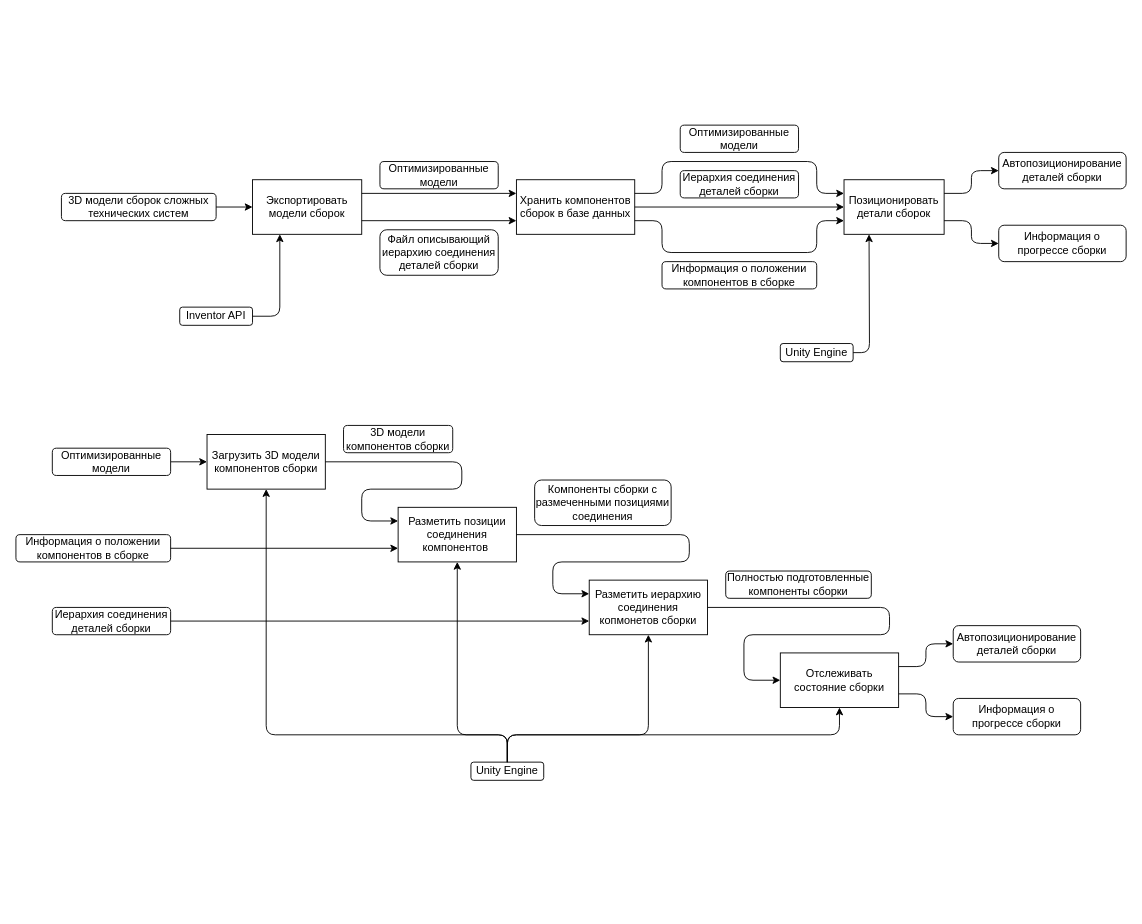
Ambashadur/Construct keeps this draw.io diagram as Diagrams/IDEF0.drawio. Above is the earlier version. Source tidied: cells renumbered, new cells numbered last; positions are measured from the earlier drawing's top-left corner, leaving out a move shared by most shapes. Both pictures are drawn from the tidied source at 91%, with x=0, y=0 at pixel (15, 125).
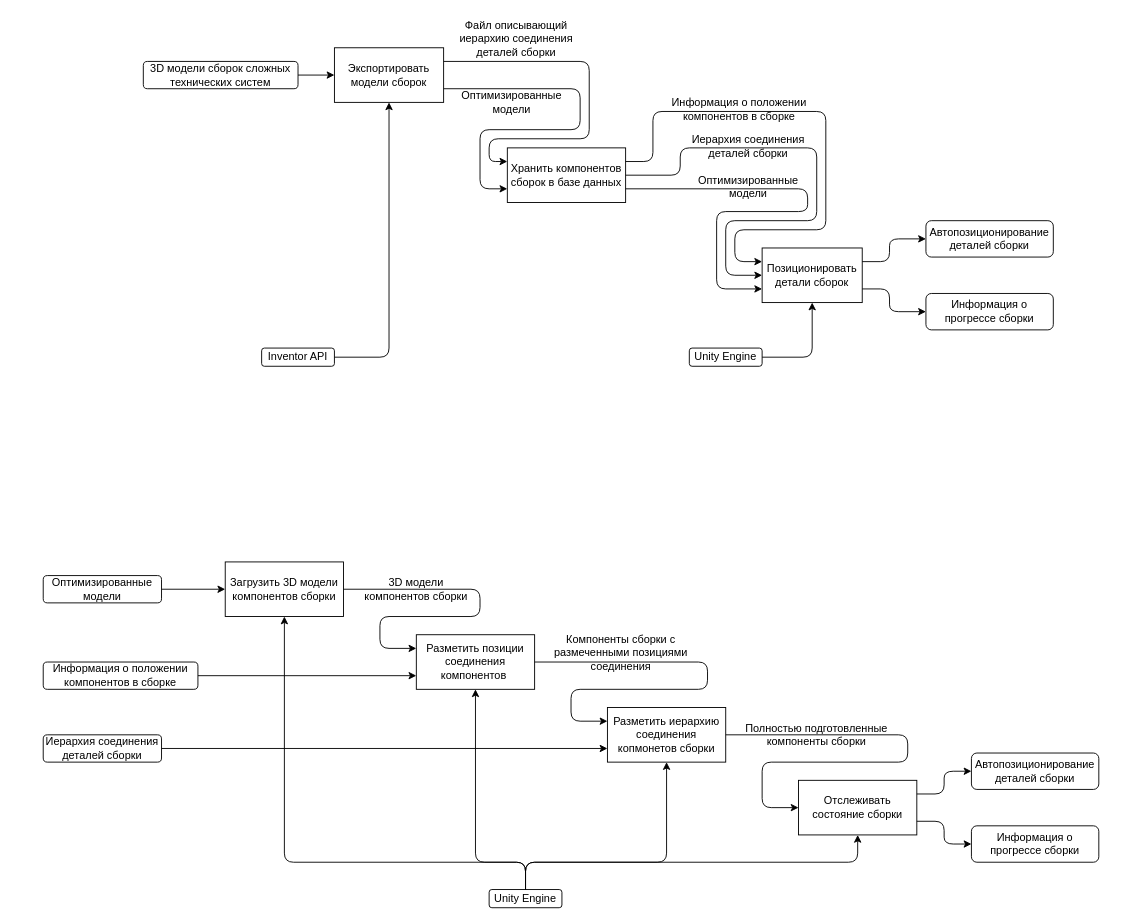
The same diagram, later.

The edit, as a diff of the source:
```diff
@@
     <mxCell id="2" value="Экспортировать модели сборок" style="rounded=0;whiteSpace=wrap;html=1;" parent="1" vertex="1">
-      <mxGeometry x="260" y="60" width="120" height="60" as="geometry" />
+      <mxGeometry x="350" y="-85" width="120" height="60" as="geometry" />
     </mxCell>
     <mxCell id="3" value="Хранить компонентов сборок в базе данных" style="rounded=0;whiteSpace=wrap;html=1;" parent="1" vertex="1">
-      <mxGeometry x="550" y="60" width="130" height="60" as="geometry" />
+      <mxGeometry x="540" y="25" width="130" height="60" as="geometry" />
     </mxCell>
     <mxCell id="4" value="Позиционировать детали сборок" style="rounded=0;whiteSpace=wrap;html=1;" parent="1" vertex="1">
-      <mxGeometry x="910" y="60" width="110" height="60" as="geometry" />
+      <mxGeometry x="820" y="135" width="110" height="60" as="geometry" />
     </mxCell>
     <mxCell id="5" value="3D модели сборок сложных технических систем" style="rounded=1;whiteSpace=wrap;html=1;" parent="1" vertex="1">
-      <mxGeometry x="50" y="75" width="170" height="30" as="geometry" />
+      <mxGeometry x="140" y="-70" width="170" height="30" as="geometry" />
     </mxCell>
@@
     <mxCell id="7" style="endArrow=classic;html=1;rounded=1;exitX=1;exitY=0.25;exitDx=0;exitDy=0;entryX=0;entryY=0.25;entryDx=0;entryDy=0;" parent="1" edge="1" source="2" target="3">
-      <mxGeometry relative="1" as="geometry" />
+      <mxGeometry relative="1" as="geometry">
+        <Array as="points">
+          <mxPoint x="630" y="-70" />
+          <mxPoint x="630" y="15" />
+          <mxPoint x="520" y="15" />
+          <mxPoint x="520" y="40" />
+        </Array>
+      </mxGeometry>
     </mxCell>
-    <mxCell id="8" value="Оптимизированные модели" style="rounded=1;whiteSpace=wrap;html=1;" parent="1" vertex="1">
-      <mxGeometry x="400" y="40" width="130" height="30" as="geometry" />
+    <mxCell id="8" value="Оптимизированные модели" style="rounded=1;whiteSpace=wrap;html=1;fillStyle=auto;fillColor=none;strokeColor=none;" parent="1" vertex="1">
+      <mxGeometry x="480" y="-40" width="130" height="30" as="geometry" />
     </mxCell>
     <mxCell id="9" style="endArrow=classic;html=1;rounded=1;exitX=1;exitY=0.75;exitDx=0;exitDy=0;entryX=0;entryY=0.75;entryDx=0;entryDy=0;" parent="1" edge="1" source="2" target="3">
-      <mxGeometry relative="1" as="geometry" />
+      <mxGeometry relative="1" as="geometry">
+        <Array as="points">
+          <mxPoint x="620" y="-40" />
+          <mxPoint x="620" y="5" />
+          <mxPoint x="510" y="5" />
+          <mxPoint x="510" y="70" />
+        </Array>
+      </mxGeometry>
     </mxCell>
-    <mxCell id="10" value="Файл описывающий иерархию соединения деталей сборки" style="rounded=1;whiteSpace=wrap;html=1;" parent="1" vertex="1">
-      <mxGeometry x="400" y="115" width="130" height="50" as="geometry" />
+    <mxCell id="10" value="Файл описывающий иерархию соединения деталей сборки" style="rounded=1;whiteSpace=wrap;html=1;fillStyle=auto;fillColor=none;strokeColor=none;" parent="1" vertex="1">
+      <mxGeometry x="480" y="-120" width="140" height="50" as="geometry" />
     </mxCell>
     <mxCell id="11" style="endArrow=classic;html=1;rounded=1;exitX=1;exitY=0.25;exitDx=0;exitDy=0;entryX=0;entryY=0.25;entryDx=0;entryDy=0;" parent="1" edge="1" source="3" target="4">
       <mxGeometry relative="1" as="geometry">
         <Array as="points">
-          <mxPoint x="710" y="75" />
-          <mxPoint x="710" y="40" />
-          <mxPoint x="880" y="40" />
-          <mxPoint x="880" y="75" />
+          <mxPoint x="700" y="40" />
+          <mxPoint x="700" y="-15" />
+          <mxPoint x="890" y="-15" />
+          <mxPoint x="890" y="115" />
+          <mxPoint x="790" y="115" />
+          <mxPoint x="790" y="150" />
         </Array>
       </mxGeometry>
     </mxCell>
-    <mxCell id="12" value="Оптимизированные модели" style="rounded=1;whiteSpace=wrap;html=1;" parent="1" vertex="1">
-      <mxGeometry x="730" width="130" height="30" as="geometry" />
+    <mxCell id="12" value="Оптимизированные модели" style="rounded=1;whiteSpace=wrap;html=1;strokeColor=none;fillColor=none;" parent="1" vertex="1">
+      <mxGeometry x="740" y="55" width="130" height="25" as="geometry" />
     </mxCell>
     <mxCell id="13" style="endArrow=classic;html=1;rounded=1;exitX=1;exitY=0.5;exitDx=0;exitDy=0;entryX=0;entryY=0.5;entryDx=0;entryDy=0;" parent="1" edge="1" source="3" target="4">
-      <mxGeometry relative="1" as="geometry" />
+      <mxGeometry relative="1" as="geometry">
+        <Array as="points">
+          <mxPoint x="730" y="55" />
+          <mxPoint x="730" y="25" />
+          <mxPoint x="880" y="25" />
+          <mxPoint x="880" y="105" />
+          <mxPoint x="780" y="105" />
+          <mxPoint x="780" y="165" />
+        </Array>
+      </mxGeometry>
     </mxCell>
-    <mxCell id="14" value="Иерархия соединения деталей сборки" style="rounded=1;whiteSpace=wrap;html=1;" parent="1" vertex="1">
-      <mxGeometry x="730" y="50" width="130" height="30" as="geometry" />
+    <mxCell id="14" value="Иерархия соединения деталей сборки" style="rounded=1;whiteSpace=wrap;html=1;strokeColor=none;fillColor=none;" parent="1" vertex="1">
+      <mxGeometry x="740" y="5" width="130" height="35" as="geometry" />
     </mxCell>
-    <mxCell id="15" style="endArrow=classic;html=1;rounded=1;exitX=1;exitY=0.25;exitDx=0;exitDy=0;entryX=0;entryY=0.5;entryDx=0;entryDy=0;" parent="1" edge="1" source="4" target="16">
+    <mxCell id="15" style="endArrow=classic;html=1;rounded=1;entryX=0;entryY=0.5;entryDx=0;entryDy=0;exitX=1;exitY=0.25;exitDx=0;exitDy=0;" parent="1" edge="1" source="4" target="16">
       <mxGeometry relative="1" as="geometry">
         <Array as="points">
-          <mxPoint x="1050" y="75" />
-          <mxPoint x="1050" y="50" />
+          <mxPoint x="960" y="150" />
+          <mxPoint x="960" y="125" />
         </Array>
       </mxGeometry>
     </mxCell>
-    <mxCell id="16" value="Автопозиционирование деталей сборки" style="rounded=1;whiteSpace=wrap;html=1;" parent="1" vertex="1">
-      <mxGeometry x="1080" y="30" width="140" height="40" as="geometry" />
+    <mxCell id="16" value="Автопозиционирование деталей сборки" style="rounded=1;whiteSpace=wrap;html=1;strokeColor=default;fillColor=default;" parent="1" vertex="1">
+      <mxGeometry x="1000" y="105" width="140" height="40" as="geometry" />
     </mxCell>
-    <mxCell id="17" value="Информация о прогрессе сборки" style="rounded=1;whiteSpace=wrap;html=1;" parent="1" vertex="1">
-      <mxGeometry x="1080" y="110" width="140" height="40" as="geometry" />
+    <mxCell id="17" value="Информация о прогрессе сборки" style="rounded=1;whiteSpace=wrap;html=1;strokeColor=default;fillColor=default;" parent="1" vertex="1">
+      <mxGeometry x="1000" y="185" width="140" height="40" as="geometry" />
     </mxCell>
-    <mxCell id="18" style="endArrow=classic;html=1;rounded=1;exitX=1;exitY=0.75;exitDx=0;exitDy=0;entryX=0;entryY=0.5;entryDx=0;entryDy=0;" parent="1" edge="1" source="4" target="17">
+    <mxCell id="18" style="endArrow=classic;html=1;rounded=1;entryX=0;entryY=0.5;entryDx=0;entryDy=0;exitX=1;exitY=0.75;exitDx=0;exitDy=0;" parent="1" edge="1" source="4" target="17">
       <mxGeometry relative="1" as="geometry">
         <Array as="points">
-          <mxPoint x="1050" y="105" />
-          <mxPoint x="1050" y="130" />
+          <mxPoint x="960" y="180" />
+          <mxPoint x="960" y="205" />
         </Array>
       </mxGeometry>
     </mxCell>
     <mxCell id="19" value="Inventor API" style="rounded=1;whiteSpace=wrap;html=1;" parent="1" vertex="1">
-      <mxGeometry x="180" y="200" width="80" height="20" as="geometry" />
+      <mxGeometry x="270" y="245" width="80" height="20" as="geometry" />
     </mxCell>
-    <mxCell id="20" style="endArrow=classic;html=1;rounded=1;exitX=1;exitY=0.5;exitDx=0;exitDy=0;entryX=0.25;entryY=1;entryDx=0;entryDy=0;" parent="1" edge="1" source="19" target="2">
+    <mxCell id="20" style="endArrow=classic;html=1;rounded=1;exitX=1;exitY=0.5;exitDx=0;exitDy=0;entryX=0.5;entryY=1;entryDx=0;entryDy=0;" parent="1" edge="1" source="19" target="2">
       <mxGeometry relative="1" as="geometry">
         <Array as="points">
-          <mxPoint x="290" y="210" />
+          <mxPoint x="410" y="255" />
         </Array>
       </mxGeometry>
     </mxCell>
     <mxCell id="21" value="Unity Engine" style="rounded=1;whiteSpace=wrap;html=1;" parent="1" vertex="1">
-      <mxGeometry x="840" y="240" width="80" height="20" as="geometry" />
+      <mxGeometry x="740" y="245" width="80" height="20" as="geometry" />
     </mxCell>
-    <mxCell id="22" style="endArrow=classic;html=1;rounded=1;exitX=1;exitY=0.5;exitDx=0;exitDy=0;entryX=0.25;entryY=1;entryDx=0;entryDy=0;" parent="1" edge="1" source="21" target="4">
+    <mxCell id="22" style="endArrow=classic;html=1;rounded=1;exitX=1;exitY=0.5;exitDx=0;exitDy=0;entryX=0.5;entryY=1;entryDx=0;entryDy=0;" parent="1" edge="1" source="21" target="4">
       <mxGeometry relative="1" as="geometry">
         <Array as="points">
-          <mxPoint x="938" y="250" />
+          <mxPoint x="875" y="255" />
         </Array>
       </mxGeometry>
     </mxCell>
     <mxCell id="23" value="Загрузить 3D модели компонентов сборки" style="rounded=0;whiteSpace=wrap;html=1;" parent="1" vertex="1">
-      <mxGeometry x="210" y="340" width="130" height="60" as="geometry" />
+      <mxGeometry x="230" y="480" width="130" height="60" as="geometry" />
     </mxCell>
     <mxCell id="24" value="Разметить иерархию соединения копмонетов сборки" style="whiteSpace=wrap;html=1;" parent="1" vertex="1">
-      <mxGeometry x="630" y="500" width="130" height="60" as="geometry" />
+      <mxGeometry x="650" y="640" width="130" height="60" as="geometry" />
     </mxCell>
     <mxCell id="25" value="Разметить позиции соединения компонентов&amp;nbsp;" style="whiteSpace=wrap;html=1;" parent="1" vertex="1">
-      <mxGeometry x="420" y="420" width="130" height="60" as="geometry" />
+      <mxGeometry x="440" y="560" width="130" height="60" as="geometry" />
     </mxCell>
-    <mxCell id="26" value="Информация о положении компонентов в сборке" style="rounded=1;whiteSpace=wrap;html=1;" parent="1" vertex="1">
-      <mxGeometry x="710" y="150" width="170" height="30" as="geometry" />
+    <mxCell id="26" value="Информация о положении компонентов в сборке" style="rounded=1;whiteSpace=wrap;html=1;strokeColor=none;fillColor=none;" parent="1" vertex="1">
+      <mxGeometry x="710" y="-35" width="170" height="35" as="geometry" />
     </mxCell>
     <mxCell id="27" style="endArrow=classic;html=1;rounded=1;exitX=1;exitY=0.75;exitDx=0;exitDy=0;entryX=0;entryY=0.75;entryDx=0;entryDy=0;" parent="1" edge="1" source="3" target="4">
       <mxGeometry relative="1" as="geometry">
         <Array as="points">
-          <mxPoint x="710" y="105" />
-          <mxPoint x="710" y="140" />
-          <mxPoint x="880" y="140" />
-          <mxPoint x="880" y="105" />
+          <mxPoint x="870" y="70" />
+          <mxPoint x="870" y="95" />
+          <mxPoint x="770" y="95" />
+          <mxPoint x="770" y="180" />
         </Array>
       </mxGeometry>
     </mxCell>
     <mxCell id="28" value="Отслеживать состояние сборки" style="rounded=0;whiteSpace=wrap;html=1;" parent="1" vertex="1">
-      <mxGeometry x="840" y="580" width="130" height="60" as="geometry" />
+      <mxGeometry x="860" y="720" width="130" height="60" as="geometry" />
     </mxCell>
@@
     <mxCell id="30" value="Оптимизированные модели" style="rounded=1;whiteSpace=wrap;html=1;" parent="1" vertex="1">
-      <mxGeometry x="40" y="355" width="130" height="30" as="geometry" />
+      <mxGeometry x="30" y="495" width="130" height="30" as="geometry" />
     </mxCell>
     <mxCell id="31" value="Информация о положении компонентов в сборке" style="rounded=1;whiteSpace=wrap;html=1;" parent="1" vertex="1">
-      <mxGeometry y="450" width="170" height="30" as="geometry" />
+      <mxGeometry x="30" y="590" width="170" height="30" as="geometry" />
     </mxCell>
@@
     <mxCell id="33" value="Иерархия соединения деталей сборки" style="rounded=1;whiteSpace=wrap;html=1;" parent="1" vertex="1">
-      <mxGeometry x="40" y="530" width="130" height="30" as="geometry" />
+      <mxGeometry x="30" y="670" width="130" height="30" as="geometry" />
     </mxCell>
@@
     <mxCell id="35" style="endArrow=classic;html=1;rounded=1;exitX=1;exitY=0.5;exitDx=0;exitDy=0;entryX=0;entryY=0.25;entryDx=0;entryDy=0;" parent="1" edge="1" source="25" target="24">
       <mxGeometry relative="1" as="geometry">
         <Array as="points">
-          <mxPoint x="740" y="450" />
-          <mxPoint x="740" y="480" />
-          <mxPoint x="590" y="480" />
-          <mxPoint x="590" y="515" />
+          <mxPoint x="760" y="590" />
+          <mxPoint x="760" y="620" />
+          <mxPoint x="610" y="620" />
+          <mxPoint x="610" y="655" />
         </Array>
       </mxGeometry>
     </mxCell>
-    <mxCell id="36" value="Компоненты сборки с размеченными позициями соединения" style="rounded=1;whiteSpace=wrap;html=1;" parent="1" vertex="1">
-      <mxGeometry x="570" y="390" width="150" height="50" as="geometry" />
+    <mxCell id="36" value="Компоненты сборки с размеченными позициями соединения" style="rounded=1;whiteSpace=wrap;html=1;strokeColor=none;fillColor=none;" parent="1" vertex="1">
+      <mxGeometry x="590" y="550" width="150" height="60" as="geometry" />
     </mxCell>
     <mxCell id="37" style="endArrow=classic;html=1;rounded=1;exitX=1;exitY=0.5;exitDx=0;exitDy=0;entryX=0;entryY=0.25;entryDx=0;entryDy=0;" parent="1" edge="1" source="23" target="25">
       <mxGeometry relative="1" as="geometry">
         <Array as="points">
-          <mxPoint x="490" y="370" />
-          <mxPoint x="490" y="400" />
-          <mxPoint x="380" y="400" />
-          <mxPoint x="380" y="435" />
+          <mxPoint x="510" y="510" />
+          <mxPoint x="510" y="540" />
+          <mxPoint x="400" y="540" />
+          <mxPoint x="400" y="575" />
         </Array>
       </mxGeometry>
     </mxCell>
-    <mxCell id="38" value="3D модели компонентов сборки" style="rounded=1;whiteSpace=wrap;html=1;" parent="1" vertex="1">
-      <mxGeometry x="360" y="330" width="120" height="30" as="geometry" />
+    <mxCell id="38" value="3D модели компонентов сборки" style="rounded=1;whiteSpace=wrap;html=1;strokeColor=none;fillColor=none;" parent="1" vertex="1">
+      <mxGeometry x="380" y="495" width="120" height="30" as="geometry" />
     </mxCell>
-    <mxCell id="39" value="Полностью подготовленные компоненты сборки" style="rounded=1;whiteSpace=wrap;html=1;" parent="1" vertex="1">
-      <mxGeometry x="780" y="490" width="160" height="30" as="geometry" />
+    <mxCell id="39" value="Полностью подготовленные компоненты сборки" style="rounded=1;whiteSpace=wrap;html=1;strokeColor=none;fillColor=none;" parent="1" vertex="1">
+      <mxGeometry x="800" y="650" width="160" height="40" as="geometry" />
     </mxCell>
     <mxCell id="40" style="endArrow=classic;html=1;rounded=1;exitX=1;exitY=0.5;exitDx=0;exitDy=0;entryX=0;entryY=0.5;entryDx=0;entryDy=0;" parent="1" edge="1" source="24" target="28">
       <mxGeometry relative="1" as="geometry">
         <Array as="points">
-          <mxPoint x="960" y="530" />
-          <mxPoint x="960" y="560" />
-          <mxPoint x="800" y="560" />
-          <mxPoint x="800" y="610" />
+          <mxPoint x="980" y="670" />
+          <mxPoint x="980" y="700" />
+          <mxPoint x="820" y="700" />
+          <mxPoint x="820" y="750" />
         </Array>
       </mxGeometry>
     </mxCell>
     <mxCell id="41" value="Автопозиционирование деталей сборки" style="rounded=1;whiteSpace=wrap;html=1;" parent="1" vertex="1">
-      <mxGeometry x="1030" y="550" width="140" height="40" as="geometry" />
+      <mxGeometry x="1050" y="690" width="140" height="40" as="geometry" />
     </mxCell>
     <mxCell id="42" value="Информация о прогрессе сборки" style="rounded=1;whiteSpace=wrap;html=1;" parent="1" vertex="1">
-      <mxGeometry x="1030" y="630" width="140" height="40" as="geometry" />
+      <mxGeometry x="1050" y="770" width="140" height="40" as="geometry" />
     </mxCell>
     <mxCell id="43" style="endArrow=classic;html=1;rounded=1;exitX=1;exitY=0.25;exitDx=0;exitDy=0;entryX=0;entryY=0.5;entryDx=0;entryDy=0;" parent="1" edge="1" source="28" target="41">
       <mxGeometry relative="1" as="geometry">
         <Array as="points">
-          <mxPoint x="1000" y="595" />
-          <mxPoint x="1000" y="570" />
+          <mxPoint x="1020" y="735" />
+          <mxPoint x="1020" y="710" />
         </Array>
       </mxGeometry>
     </mxCell>
     <mxCell id="44" style="endArrow=classic;html=1;rounded=1;exitX=1;exitY=0.75;exitDx=0;exitDy=0;entryX=0;entryY=0.5;entryDx=0;entryDy=0;" parent="1" edge="1" source="28" target="42">
       <mxGeometry relative="1" as="geometry">
         <Array as="points">
-          <mxPoint x="1000" y="625" />
-          <mxPoint x="1000" y="650" />
+          <mxPoint x="1020" y="765" />
+          <mxPoint x="1020" y="790" />
         </Array>
       </mxGeometry>
     </mxCell>
     <mxCell id="45" value="Unity Engine" style="rounded=1;whiteSpace=wrap;html=1;" parent="1" vertex="1">
-      <mxGeometry x="500" y="700" width="80" height="20" as="geometry" />
+      <mxGeometry x="520" y="840" width="80" height="20" as="geometry" />
     </mxCell>
     <mxCell id="46" style="endArrow=classic;html=1;rounded=1;exitX=0.5;exitY=0;exitDx=0;exitDy=0;entryX=0.5;entryY=1;entryDx=0;entryDy=0;" parent="1" edge="1" source="45" target="23">
       <mxGeometry relative="1" as="geometry">
         <Array as="points">
-          <mxPoint x="540" y="670" />
-          <mxPoint x="275" y="670" />
+          <mxPoint x="560" y="810" />
+          <mxPoint x="295" y="810" />
         </Array>
       </mxGeometry>
     </mxCell>
     <mxCell id="47" style="endArrow=classic;html=1;rounded=1;exitX=0.5;exitY=0;exitDx=0;exitDy=0;entryX=0.5;entryY=1;entryDx=0;entryDy=0;" parent="1" edge="1" source="45" target="25">
       <mxGeometry relative="1" as="geometry">
         <Array as="points">
-          <mxPoint x="540" y="670" />
-          <mxPoint x="485" y="670" />
+          <mxPoint x="560" y="810" />
+          <mxPoint x="505" y="810" />
         </Array>
       </mxGeometry>
     </mxCell>
     <mxCell id="48" style="endArrow=classic;html=1;rounded=1;exitX=0.5;exitY=0;exitDx=0;exitDy=0;entryX=0.5;entryY=1;entryDx=0;entryDy=0;" parent="1" edge="1" source="45" target="24">
       <mxGeometry relative="1" as="geometry">
         <Array as="points">
-          <mxPoint x="540" y="670" />
-          <mxPoint x="695" y="670" />
+          <mxPoint x="560" y="810" />
+          <mxPoint x="715" y="810" />
         </Array>
       </mxGeometry>
     </mxCell>
     <mxCell id="49" style="endArrow=classic;html=1;rounded=1;entryX=0.5;entryY=1;entryDx=0;entryDy=0;exitX=0.5;exitY=0;exitDx=0;exitDy=0;" parent="1" edge="1" source="45" target="28">
       <mxGeometry relative="1" as="geometry">
         <Array as="points">
-          <mxPoint x="540" y="670" />
-          <mxPoint x="905" y="670" />
+          <mxPoint x="560" y="810" />
+          <mxPoint x="925" y="810" />
         </Array>
       </mxGeometry>
     </mxCell>
```
